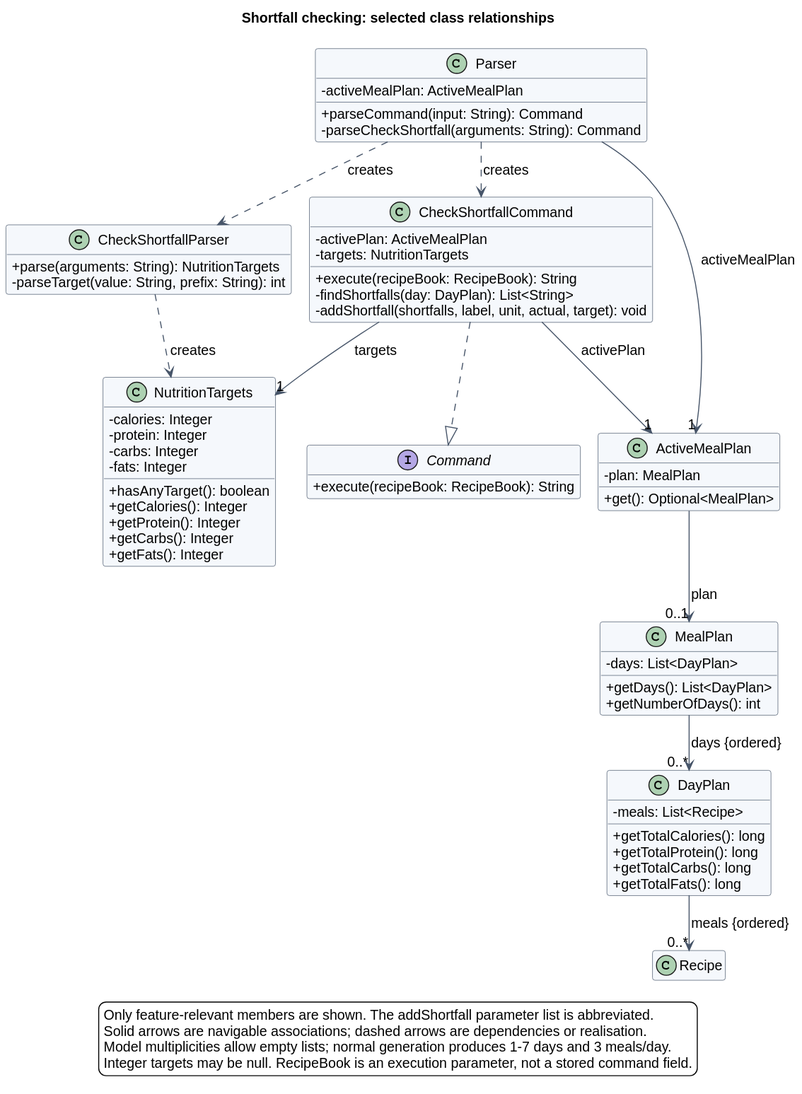
The PlantUML diagram docs/images/shortfall/classes.svg in AY2627S1-CS2113-W13-4/tp, before a commit.
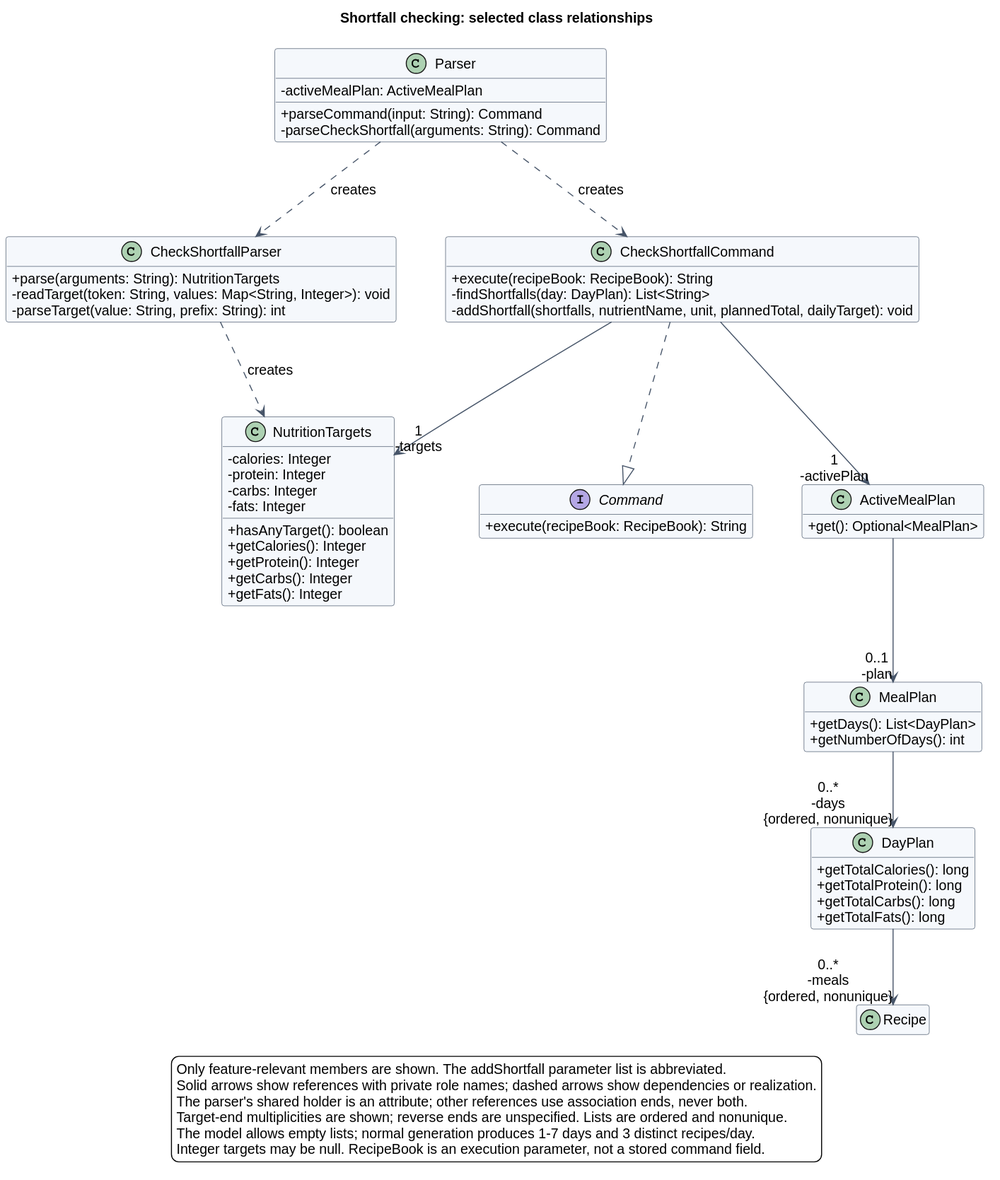
The same file after the commit.

Change to the diagram source:
```diff
@@ -3,6 +3,8 @@
 !include style.iuml
 title Shortfall checking: selected class relationships
 top to bottom direction
+skinparam nodesep 50
+skinparam ranksep 75
 hide empty members
 
 class Parser {
@@ -12,20 +14,18 @@
 }
 class CheckShortfallParser {
   + parse(arguments: String): NutritionTargets
+  - readTarget(token: String, values: Map<String, Integer>): void
   - parseTarget(value: String, prefix: String): int
 }
 interface Command {
   + execute(recipeBook: RecipeBook): String
 }
 class CheckShortfallCommand {
-  - activePlan: ActiveMealPlan
-  - targets: NutritionTargets
   + execute(recipeBook: RecipeBook): String
   - findShortfalls(day: DayPlan): List<String>
-  - addShortfall(shortfalls, label, unit, actual, target): void
+  - addShortfall(shortfalls, nutrientName, unit, plannedTotal, dailyTarget): void
 }
 class ActiveMealPlan {
-  - plan: MealPlan
   + get(): Optional<MealPlan>
 }
 class NutritionTargets {
@@ -40,12 +40,10 @@
   + getFats(): Integer
 }
 class MealPlan {
-  - days: List<DayPlan>
   + getDays(): List<DayPlan>
   + getNumberOfDays(): int
 }
 class DayPlan {
-  - meals: List<Recipe>
   + getTotalCalories(): long
   + getTotalProtein(): long
   + getTotalCarbs(): long
@@ -55,19 +53,20 @@
 
 Parser ..> CheckShortfallParser : creates
 Parser ..> CheckShortfallCommand : creates
-Parser --> "1" ActiveMealPlan : activeMealPlan
 CheckShortfallParser ..> NutritionTargets : creates
 CheckShortfallCommand ..|> Command
-CheckShortfallCommand --> "1" ActiveMealPlan : activePlan
-CheckShortfallCommand --> "1" NutritionTargets : targets
-ActiveMealPlan --> "0..1" MealPlan : plan
-MealPlan --> "0..*" DayPlan : days {ordered}
-DayPlan --> "0..*" Recipe : meals {ordered}
+CheckShortfallCommand --> "1\n-activePlan" ActiveMealPlan
+CheckShortfallCommand --> "1\n-targets" NutritionTargets
+ActiveMealPlan --> "0..1\n-plan" MealPlan
+MealPlan --> "0..*\n-days\n{ordered, nonunique}" DayPlan
+DayPlan --> "0..*\n-meals\n{ordered, nonunique}" Recipe
 
 legend bottom
   Only feature-relevant members are shown. The addShortfall parameter list is abbreviated.
-  Solid arrows are navigable associations; dashed arrows are dependencies or realisation.
-  Model multiplicities allow empty lists; normal generation produces 1-7 days and 3 meals/day.
+  Solid arrows show references with private role names; dashed arrows show dependencies or realization.
+  The parser's shared holder is an attribute; other references use association ends, never both.
+  Target-end multiplicities are shown; reverse ends are unspecified. Lists are ordered and nonunique.
+  The model allows empty lists; normal generation produces 1-7 days and 3 distinct recipes/day.
   Integer targets may be null. RecipeBook is an execution parameter, not a stored command field.
 endlegend
 @enduml
```
